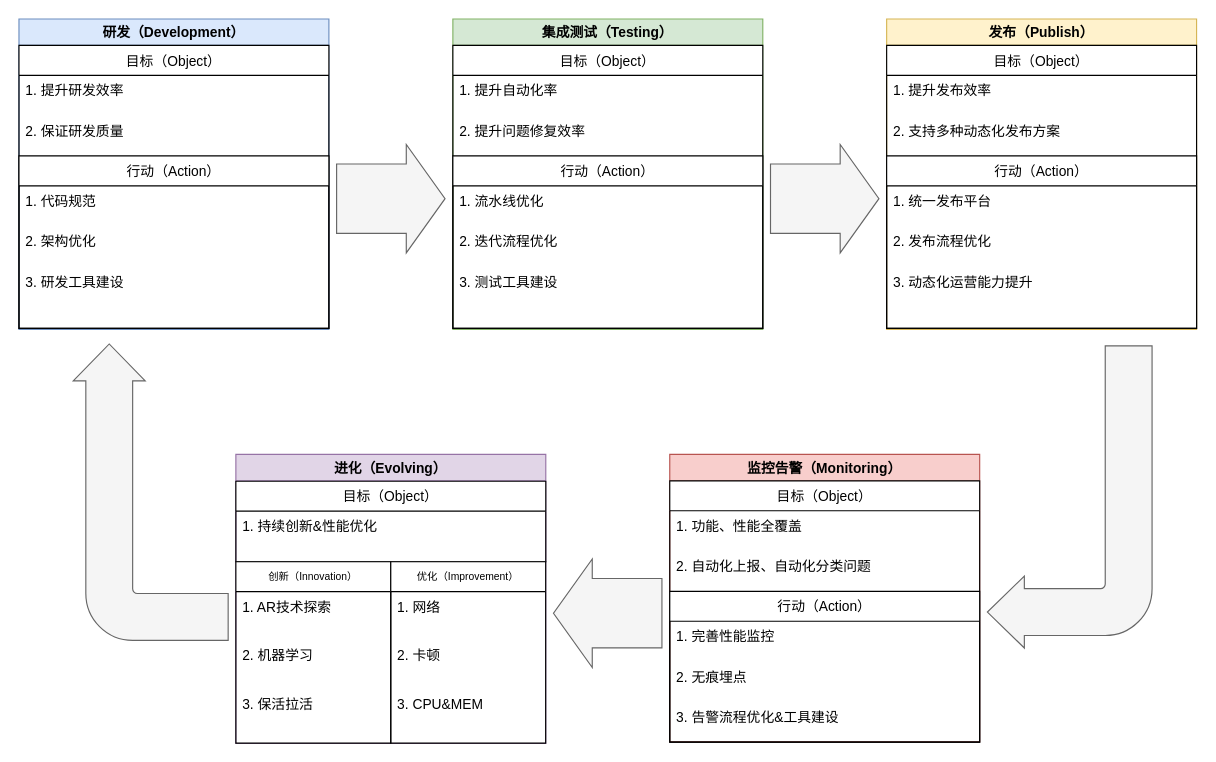
The draw.io diagram 体系建设.drawio in wangziji/graphics, before the edit. Source tidied: cells renumbered, new cells numbered last; positions are measured from the earlier drawing's top-left corner, leaving out a move shared by most shapes. Both pictures are drawn from the tidied source at 115%, with x=0, y=0 at pixel (2, 18).
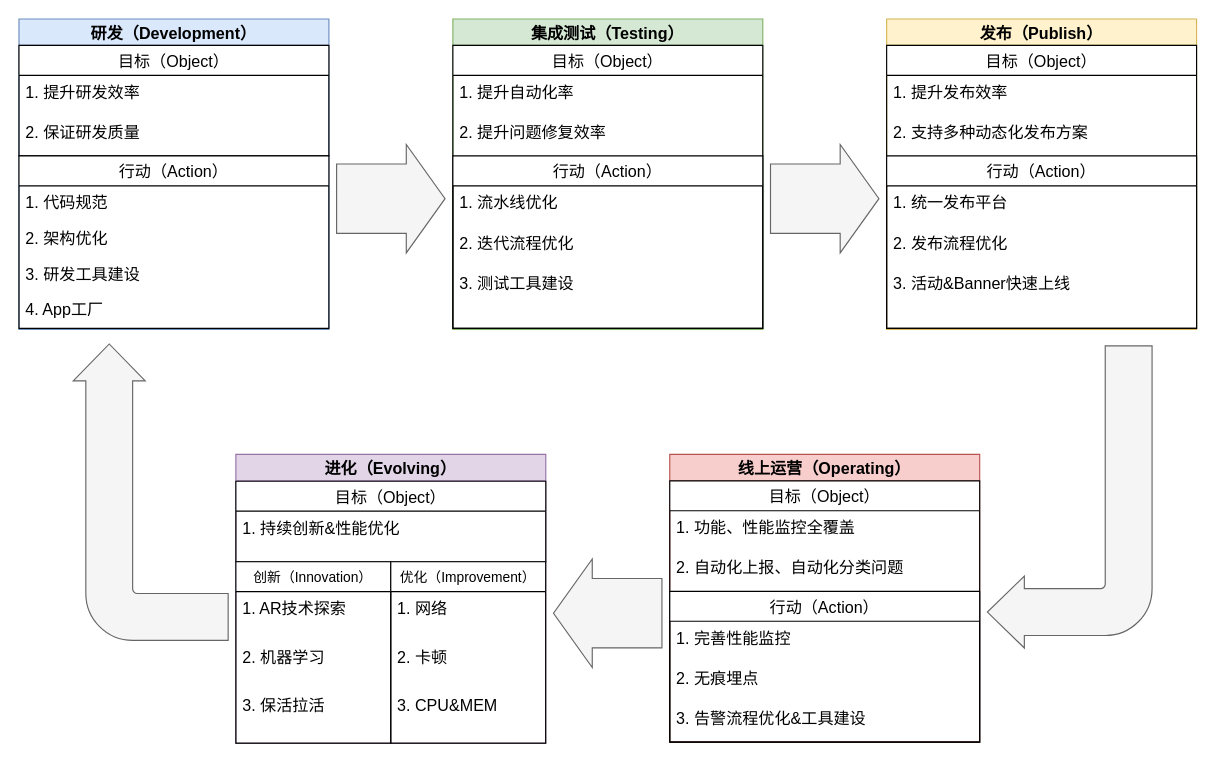
The same page after the edit.

Diff of the diagram source:
```diff
@@
-    <mxCell id="2" value="研发（Development）" style="swimlane;fontFamily=腾讯体;fillColor=#dae8fc;strokeColor=#6c8ebf;" parent="1" vertex="1">
+    <mxCell id="2" value="研发（Development）" style="swimlane;fontFamily=腾讯体;fillColor=#dae8fc;strokeColor=#6c8ebf;fontSize=14;" parent="1" vertex="1">
       <mxGeometry x="14" width="269.5" height="270" as="geometry" />
     </mxCell>
-    <mxCell id="3" value="目标（Object）" style="swimlane;fontStyle=0;horizontal=1;startSize=26;fontFamily=腾讯体;" parent="2" vertex="1">
-      <mxGeometry y="23" width="269.5" height="246.1" as="geometry" />
+    <mxCell id="3" value="目标（Object）" style="swimlane;fontStyle=0;horizontal=1;startSize=26;fontFamily=腾讯体;fontSize=14;" parent="2" vertex="1">
+      <mxGeometry y="23" width="269.5" height="96.1" as="geometry" />
     </mxCell>
-    <mxCell id="4" value="1. 提升研发效率" style="text;strokeColor=none;fillColor=none;align=left;verticalAlign=top;spacingLeft=4;spacingRight=4;overflow=hidden;fontFamily=腾讯体;" parent="3" vertex="1">
+    <mxCell id="4" value="1. 提升研发效率" style="text;strokeColor=none;fillColor=none;align=left;verticalAlign=top;spacingLeft=4;spacingRight=4;overflow=hidden;fontFamily=腾讯体;fontSize=14;" parent="3" vertex="1">
       <mxGeometry y="26" width="269.5" height="35" as="geometry" />
     </mxCell>
-    <mxCell id="5" value="2. 保证研发质量" style="text;strokeColor=none;fillColor=none;align=left;verticalAlign=top;spacingLeft=4;spacingRight=4;overflow=hidden;fontFamily=腾讯体;" parent="3" vertex="1">
+    <mxCell id="5" value="2. 保证研发质量" style="text;strokeColor=none;fillColor=none;align=left;verticalAlign=top;spacingLeft=4;spacingRight=4;overflow=hidden;fontFamily=腾讯体;fontSize=14;" parent="3" vertex="1">
       <mxGeometry y="61" width="269.5" height="35" as="geometry" />
     </mxCell>
-    <mxCell id="6" value="行动（Action）" style="swimlane;fontStyle=0;horizontal=1;startSize=26;fontFamily=腾讯体;" parent="3" vertex="1">
-      <mxGeometry y="96.1" width="269.5" height="150" as="geometry" />
+    <mxCell id="6" value="行动（Action）" style="swimlane;fontStyle=0;horizontal=1;startSize=26;fontFamily=腾讯体;fontSize=14;" parent="2" vertex="1">
+      <mxGeometry y="119.1" width="269.5" height="150" as="geometry" />
     </mxCell>
-    <mxCell id="7" value="1. 代码规范" style="text;strokeColor=none;fillColor=none;align=left;verticalAlign=top;spacingLeft=4;spacingRight=4;overflow=hidden;fontFamily=腾讯体;" parent="6" vertex="1">
-      <mxGeometry y="26" width="269.5" height="35" as="geometry" />
+    <mxCell id="7" value="1. 代码规范" style="text;strokeColor=none;fillColor=none;align=left;verticalAlign=top;spacingLeft=4;spacingRight=4;overflow=hidden;fontFamily=腾讯体;fontSize=14;" parent="6" vertex="1">
+      <mxGeometry y="26" width="269.5" height="31" as="geometry" />
     </mxCell>
-    <mxCell id="8" value="2. 架构优化" style="text;strokeColor=none;fillColor=none;align=left;verticalAlign=top;spacingLeft=4;spacingRight=4;overflow=hidden;fontFamily=腾讯体;" parent="6" vertex="1">
-      <mxGeometry y="61" width="269.5" height="35" as="geometry" />
+    <mxCell id="8" value="2. 架构优化" style="text;strokeColor=none;fillColor=none;align=left;verticalAlign=top;spacingLeft=4;spacingRight=4;overflow=hidden;fontFamily=腾讯体;fontSize=14;" parent="6" vertex="1">
+      <mxGeometry y="57" width="269.5" height="31" as="geometry" />
     </mxCell>
-    <mxCell id="9" value="3. 研发工具建设" style="text;strokeColor=none;fillColor=none;align=left;verticalAlign=top;spacingLeft=4;spacingRight=4;overflow=hidden;fontFamily=腾讯体;" parent="6" vertex="1">
-      <mxGeometry y="96.1" width="269.5" height="53.9" as="geometry" />
+    <mxCell id="9" value="3. 研发工具建设" style="text;strokeColor=none;fillColor=none;align=left;verticalAlign=top;spacingLeft=4;spacingRight=4;overflow=hidden;fontFamily=腾讯体;fontSize=14;" parent="6" vertex="1">
+      <mxGeometry y="88" width="269.5" height="31" as="geometry" />
     </mxCell>
+    <mxCell id="51" value="4. App工厂" style="text;strokeColor=none;fillColor=none;align=left;verticalAlign=top;spacingLeft=4;spacingRight=4;overflow=hidden;fontFamily=腾讯体;fontSize=14;" parent="6" vertex="1">
+      <mxGeometry y="119" width="269.5" height="31" as="geometry" />
+    </mxCell>
-    <mxCell id="10" value="集成测试（Testing）" style="swimlane;fontFamily=腾讯体;fillColor=#d5e8d4;strokeColor=#82b366;" parent="1" vertex="1">
+    <mxCell id="10" value="集成测试（Testing）" style="swimlane;fontFamily=腾讯体;fillColor=#d5e8d4;strokeColor=#82b366;fontSize=14;" parent="1" vertex="1">
       <mxGeometry x="391.3" width="269.5" height="270" as="geometry" />
     </mxCell>
-    <mxCell id="11" value="目标（Object）" style="swimlane;fontStyle=0;horizontal=1;startSize=26;fontFamily=腾讯体;" parent="10" vertex="1">
+    <mxCell id="11" value="目标（Object）" style="swimlane;fontStyle=0;horizontal=1;startSize=26;fontFamily=腾讯体;fontSize=14;" parent="10" vertex="1">
       <mxGeometry y="23" width="269.5" height="246.1" as="geometry" />
     </mxCell>
-    <mxCell id="12" value="1. 提升自动化率" style="text;strokeColor=none;fillColor=none;align=left;verticalAlign=top;spacingLeft=4;spacingRight=4;overflow=hidden;fontFamily=腾讯体;" parent="11" vertex="1">
+    <mxCell id="12" value="1. 提升自动化率" style="text;strokeColor=none;fillColor=none;align=left;verticalAlign=top;spacingLeft=4;spacingRight=4;overflow=hidden;fontFamily=腾讯体;fontSize=14;" parent="11" vertex="1">
       <mxGeometry y="26" width="269.5" height="35" as="geometry" />
     </mxCell>
-    <mxCell id="13" value="2. 提升问题修复效率" style="text;strokeColor=none;fillColor=none;align=left;verticalAlign=top;spacingLeft=4;spacingRight=4;overflow=hidden;fontFamily=腾讯体;" parent="11" vertex="1">
+    <mxCell id="13" value="2. 提升问题修复效率" style="text;strokeColor=none;fillColor=none;align=left;verticalAlign=top;spacingLeft=4;spacingRight=4;overflow=hidden;fontFamily=腾讯体;fontSize=14;" parent="11" vertex="1">
       <mxGeometry y="61" width="269.5" height="35" as="geometry" />
     </mxCell>
-    <mxCell id="14" value="行动（Action）" style="swimlane;fontStyle=0;horizontal=1;startSize=26;fontFamily=腾讯体;" parent="11" vertex="1">
+    <mxCell id="14" value="行动（Action）" style="swimlane;fontStyle=0;horizontal=1;startSize=26;fontFamily=腾讯体;fontSize=14;" parent="11" vertex="1">
       <mxGeometry y="96.1" width="269.5" height="150" as="geometry" />
     </mxCell>
-    <mxCell id="15" value="1. 流水线优化" style="text;strokeColor=none;fillColor=none;align=left;verticalAlign=top;spacingLeft=4;spacingRight=4;overflow=hidden;fontFamily=腾讯体;" parent="14" vertex="1">
+    <mxCell id="15" value="1. 流水线优化" style="text;strokeColor=none;fillColor=none;align=left;verticalAlign=top;spacingLeft=4;spacingRight=4;overflow=hidden;fontFamily=腾讯体;fontSize=14;" parent="14" vertex="1">
       <mxGeometry y="26" width="269.5" height="35" as="geometry" />
     </mxCell>
-    <mxCell id="16" value="2. 迭代流程优化" style="text;strokeColor=none;fillColor=none;align=left;verticalAlign=top;spacingLeft=4;spacingRight=4;overflow=hidden;fontFamily=腾讯体;" parent="14" vertex="1">
+    <mxCell id="16" value="2. 迭代流程优化" style="text;strokeColor=none;fillColor=none;align=left;verticalAlign=top;spacingLeft=4;spacingRight=4;overflow=hidden;fontFamily=腾讯体;fontSize=14;" parent="14" vertex="1">
       <mxGeometry y="61" width="269.5" height="35" as="geometry" />
     </mxCell>
-    <mxCell id="17" value="3. 测试工具建设" style="text;strokeColor=none;fillColor=none;align=left;verticalAlign=top;spacingLeft=4;spacingRight=4;overflow=hidden;fontFamily=腾讯体;" parent="14" vertex="1">
+    <mxCell id="17" value="3. 测试工具建设" style="text;strokeColor=none;fillColor=none;align=left;verticalAlign=top;spacingLeft=4;spacingRight=4;overflow=hidden;fontFamily=腾讯体;fontSize=14;" parent="14" vertex="1">
       <mxGeometry y="96.1" width="269.5" height="53.9" as="geometry" />
     </mxCell>
-    <mxCell id="18" value="发布（Publish）" style="swimlane;fontFamily=腾讯体;fillColor=#fff2cc;strokeColor=#d6b656;" parent="1" vertex="1">
+    <mxCell id="18" value="发布（Publish）" style="swimlane;fontFamily=腾讯体;fillColor=#fff2cc;strokeColor=#d6b656;fontSize=14;" parent="1" vertex="1">
       <mxGeometry x="768.5" width="269.5" height="270" as="geometry" />
     </mxCell>
-    <mxCell id="19" value="目标（Object）" style="swimlane;fontStyle=0;horizontal=1;startSize=26;fontFamily=腾讯体;" parent="18" vertex="1">
+    <mxCell id="19" value="目标（Object）" style="swimlane;fontStyle=0;horizontal=1;startSize=26;fontFamily=腾讯体;fontSize=14;" parent="18" vertex="1">
       <mxGeometry y="23" width="269.5" height="246.1" as="geometry" />
     </mxCell>
-    <mxCell id="20" value="1. 提升发布效率" style="text;strokeColor=none;fillColor=none;align=left;verticalAlign=top;spacingLeft=4;spacingRight=4;overflow=hidden;fontFamily=腾讯体;" parent="19" vertex="1">
+    <mxCell id="20" value="1. 提升发布效率" style="text;strokeColor=none;fillColor=none;align=left;verticalAlign=top;spacingLeft=4;spacingRight=4;overflow=hidden;fontFamily=腾讯体;fontSize=14;" parent="19" vertex="1">
       <mxGeometry y="26" width="269.5" height="35" as="geometry" />
     </mxCell>
-    <mxCell id="21" value="2. 支持多种动态化发布方案" style="text;strokeColor=none;fillColor=none;align=left;verticalAlign=top;spacingLeft=4;spacingRight=4;overflow=hidden;fontFamily=腾讯体;" parent="19" vertex="1">
+    <mxCell id="21" value="2. 支持多种动态化发布方案" style="text;strokeColor=none;fillColor=none;align=left;verticalAlign=top;spacingLeft=4;spacingRight=4;overflow=hidden;fontFamily=腾讯体;fontSize=14;" parent="19" vertex="1">
       <mxGeometry y="61" width="269.5" height="35" as="geometry" />
     </mxCell>
-    <mxCell id="22" value="行动（Action）" style="swimlane;fontStyle=0;horizontal=1;startSize=26;fontFamily=腾讯体;" parent="19" vertex="1">
+    <mxCell id="22" value="行动（Action）" style="swimlane;fontStyle=0;horizontal=1;startSize=26;fontFamily=腾讯体;fontSize=14;" parent="19" vertex="1">
       <mxGeometry y="96.1" width="269.5" height="150" as="geometry" />
     </mxCell>
-    <mxCell id="23" value="1. 统一发布平台" style="text;strokeColor=none;fillColor=none;align=left;verticalAlign=top;spacingLeft=4;spacingRight=4;overflow=hidden;fontFamily=腾讯体;" parent="22" vertex="1">
+    <mxCell id="23" value="1. 统一发布平台" style="text;strokeColor=none;fillColor=none;align=left;verticalAlign=top;spacingLeft=4;spacingRight=4;overflow=hidden;fontFamily=腾讯体;fontSize=14;" parent="22" vertex="1">
       <mxGeometry y="26" width="269.5" height="35" as="geometry" />
     </mxCell>
-    <mxCell id="24" value="2. 发布流程优化" style="text;strokeColor=none;fillColor=none;align=left;verticalAlign=top;spacingLeft=4;spacingRight=4;overflow=hidden;fontFamily=腾讯体;" parent="22" vertex="1">
+    <mxCell id="24" value="2. 发布流程优化" style="text;strokeColor=none;fillColor=none;align=left;verticalAlign=top;spacingLeft=4;spacingRight=4;overflow=hidden;fontFamily=腾讯体;fontSize=14;" parent="22" vertex="1">
       <mxGeometry y="61" width="269.5" height="35" as="geometry" />
     </mxCell>
-    <mxCell id="25" value="3. 动态化运营能力提升" style="text;strokeColor=none;fillColor=none;align=left;verticalAlign=top;spacingLeft=4;spacingRight=4;overflow=hidden;fontFamily=腾讯体;" parent="22" vertex="1">
+    <mxCell id="25" value="3. 活动&amp;Banner快速上线" style="text;strokeColor=none;fillColor=none;align=left;verticalAlign=top;spacingLeft=4;spacingRight=4;overflow=hidden;fontFamily=腾讯体;fontSize=14;" parent="22" vertex="1">
       <mxGeometry y="96.1" width="269.5" height="53.9" as="geometry" />
     </mxCell>
-    <mxCell id="26" value="监控告警（Monitoring）" style="swimlane;fontFamily=腾讯体;fillColor=#f8cecc;strokeColor=#b85450;" parent="1" vertex="1">
+    <mxCell id="26" value="线上运营（Operating）" style="swimlane;fontFamily=腾讯体;fillColor=#f8cecc;strokeColor=#b85450;fontSize=14;" parent="1" vertex="1">
       <mxGeometry x="579.9" y="378.6" width="269.5" height="250" as="geometry" />
     </mxCell>
-    <mxCell id="27" value="目标（Object）" style="swimlane;fontStyle=0;horizontal=1;startSize=26;fontFamily=腾讯体;" parent="26" vertex="1">
+    <mxCell id="27" value="目标（Object）" style="swimlane;fontStyle=0;horizontal=1;startSize=26;fontFamily=腾讯体;fontSize=14;" parent="26" vertex="1">
       <mxGeometry y="23" width="269.5" height="227.2" as="geometry" />
     </mxCell>
-    <mxCell id="28" value="1. 功能、性能全覆盖" style="text;strokeColor=none;fillColor=none;align=left;verticalAlign=top;spacingLeft=4;spacingRight=4;overflow=hidden;fontFamily=腾讯体;" parent="27" vertex="1">
+    <mxCell id="28" value="1. 功能、性能监控全覆盖" style="text;strokeColor=none;fillColor=none;align=left;verticalAlign=top;spacingLeft=4;spacingRight=4;overflow=hidden;fontFamily=腾讯体;fontSize=14;" parent="27" vertex="1">
       <mxGeometry y="26" width="269.5" height="35" as="geometry" />
     </mxCell>
-    <mxCell id="29" value="2. 自动化上报、自动化分类问题" style="text;strokeColor=none;fillColor=none;align=left;verticalAlign=top;spacingLeft=4;spacingRight=4;overflow=hidden;fontFamily=腾讯体;" parent="27" vertex="1">
+    <mxCell id="29" value="2. 自动化上报、自动化分类问题" style="text;strokeColor=none;fillColor=none;align=left;verticalAlign=top;spacingLeft=4;spacingRight=4;overflow=hidden;fontFamily=腾讯体;fontSize=14;" parent="27" vertex="1">
       <mxGeometry y="61" width="269.5" height="35" as="geometry" />
     </mxCell>
-    <mxCell id="30" value="行动（Action）" style="swimlane;fontStyle=0;horizontal=1;startSize=26;fontFamily=腾讯体;" parent="27" vertex="1">
+    <mxCell id="30" value="行动（Action）" style="swimlane;fontStyle=0;horizontal=1;startSize=26;fontFamily=腾讯体;fontSize=14;" parent="27" vertex="1">
       <mxGeometry y="96.1" width="269.5" height="131.1" as="geometry" />
     </mxCell>
-    <mxCell id="31" value="1. 完善性能监控" style="text;strokeColor=none;fillColor=none;align=left;verticalAlign=top;spacingLeft=4;spacingRight=4;overflow=hidden;fontFamily=腾讯体;" parent="30" vertex="1">
+    <mxCell id="31" value="1. 完善性能监控" style="text;strokeColor=none;fillColor=none;align=left;verticalAlign=top;spacingLeft=4;spacingRight=4;overflow=hidden;fontFamily=腾讯体;fontSize=14;" parent="30" vertex="1">
       <mxGeometry y="26" width="269.5" height="35" as="geometry" />
     </mxCell>
-    <mxCell id="32" value="2. 无痕埋点" style="text;strokeColor=none;fillColor=none;align=left;verticalAlign=top;spacingLeft=4;spacingRight=4;overflow=hidden;fontFamily=腾讯体;" parent="30" vertex="1">
+    <mxCell id="32" value="2. 无痕埋点" style="text;strokeColor=none;fillColor=none;align=left;verticalAlign=top;spacingLeft=4;spacingRight=4;overflow=hidden;fontFamily=腾讯体;fontSize=14;" parent="30" vertex="1">
       <mxGeometry y="61" width="269.5" height="35" as="geometry" />
     </mxCell>
-    <mxCell id="33" value="3. 告警流程优化&amp;工具建设" style="text;strokeColor=none;fillColor=none;align=left;verticalAlign=top;spacingLeft=4;spacingRight=4;overflow=hidden;fontFamily=腾讯体;" parent="30" vertex="1">
+    <mxCell id="33" value="3. 告警流程优化&amp;工具建设" style="text;strokeColor=none;fillColor=none;align=left;verticalAlign=top;spacingLeft=4;spacingRight=4;overflow=hidden;fontFamily=腾讯体;fontSize=14;" parent="30" vertex="1">
       <mxGeometry y="96.1" width="269.5" height="35" as="geometry" />
     </mxCell>
-    <mxCell id="34" value="进化（Evolving）" style="swimlane;fontFamily=腾讯体;fillColor=#e1d5e7;strokeColor=#9673a6;" parent="1" vertex="1">
+    <mxCell id="34" value="进化（Evolving）" style="swimlane;fontFamily=腾讯体;fillColor=#e1d5e7;strokeColor=#9673a6;fontSize=14;" parent="1" vertex="1">
       <mxGeometry x="202.6" y="378.6" width="269.5" height="251.4" as="geometry" />
     </mxCell>
-    <mxCell id="35" value="目标（Object）" style="swimlane;fontStyle=0;horizontal=1;startSize=26;fontFamily=腾讯体;" parent="34" vertex="1">
+    <mxCell id="35" value="目标（Object）" style="swimlane;fontStyle=0;horizontal=1;startSize=26;fontFamily=腾讯体;fontSize=14;" parent="34" vertex="1">
       <mxGeometry y="23.4" width="269.5" height="70" as="geometry" />
     </mxCell>
-    <mxCell id="36" value="1. 持续创新&amp;性能优化" style="text;strokeColor=none;fillColor=none;align=left;verticalAlign=top;spacingLeft=4;spacingRight=4;overflow=hidden;fontFamily=腾讯体;" parent="35" vertex="1">
+    <mxCell id="36" value="1. 持续创新&amp;性能优化" style="text;strokeColor=none;fillColor=none;align=left;verticalAlign=top;spacingLeft=4;spacingRight=4;overflow=hidden;fontFamily=腾讯体;fontSize=14;" parent="35" vertex="1">
       <mxGeometry y="26" width="269.5" height="44" as="geometry" />
     </mxCell>
-    <mxCell id="37" style="group;" parent="34" vertex="1">
+    <mxCell id="37" style="group;fontSize=14;" parent="34" vertex="1">
       <mxGeometry y="93.4" width="269.5" height="175.2" as="geometry" />
     </mxCell>
-    <mxCell id="38" value="创新（Innovation）" style="swimlane;fontStyle=0;horizontal=1;startSize=26;fontFamily=腾讯体;fontSize=9;" parent="37" vertex="1">
+    <mxCell id="38" value="创新（Innovation）" style="swimlane;fontStyle=0;horizontal=1;startSize=26;fontFamily=腾讯体;fontSize=12;" parent="37" vertex="1">
       <mxGeometry width="134.7" height="157.7" as="geometry" />
     </mxCell>
-    <mxCell id="39" value="1. AR技术探索" style="text;strokeColor=none;fillColor=none;align=left;verticalAlign=top;spacingLeft=4;spacingRight=4;overflow=hidden;fontFamily=腾讯体;" parent="38" vertex="1">
+    <mxCell id="39" value="1. AR技术探索" style="text;strokeColor=none;fillColor=none;align=left;verticalAlign=top;spacingLeft=4;spacingRight=4;overflow=hidden;fontFamily=腾讯体;fontSize=14;" parent="38" vertex="1">
       <mxGeometry y="26" width="134.7" height="42.1" as="geometry" />
     </mxCell>
-    <mxCell id="40" value="2. 机器学习" style="text;strokeColor=none;fillColor=none;align=left;verticalAlign=top;spacingLeft=4;spacingRight=4;overflow=hidden;fontFamily=腾讯体;" parent="38" vertex="1">
+    <mxCell id="40" value="2. 机器学习" style="text;strokeColor=none;fillColor=none;align=left;verticalAlign=top;spacingLeft=4;spacingRight=4;overflow=hidden;fontFamily=腾讯体;fontSize=14;" parent="38" vertex="1">
       <mxGeometry y="68.1" width="134.7" height="42.1" as="geometry" />
     </mxCell>
-    <mxCell id="41" value="3. 保活拉活" style="text;strokeColor=none;fillColor=none;align=left;verticalAlign=top;spacingLeft=4;spacingRight=4;overflow=hidden;fontFamily=腾讯体;" parent="38" vertex="1">
+    <mxCell id="41" value="3. 保活拉活" style="text;strokeColor=none;fillColor=none;align=left;verticalAlign=top;spacingLeft=4;spacingRight=4;overflow=hidden;fontFamily=腾讯体;fontSize=14;" parent="38" vertex="1">
       <mxGeometry y="110.2" width="134.7" height="47.5" as="geometry" />
     </mxCell>
-    <mxCell id="42" value="优化（Improvement）" style="swimlane;fontStyle=0;horizontal=1;startSize=26;fontFamily=腾讯体;fontSize=9;" parent="37" vertex="1">
+    <mxCell id="42" value="优化（Improvement）" style="swimlane;fontStyle=0;horizontal=1;startSize=26;fontFamily=腾讯体;fontSize=12;" parent="37" vertex="1">
       <mxGeometry x="134.7" width="134.7" height="157.7" as="geometry" />
     </mxCell>
-    <mxCell id="43" value="1. 网络" style="text;strokeColor=none;fillColor=none;align=left;verticalAlign=top;spacingLeft=4;spacingRight=4;overflow=hidden;fontFamily=腾讯体;" parent="42" vertex="1">
+    <mxCell id="43" value="1. 网络" style="text;strokeColor=none;fillColor=none;align=left;verticalAlign=top;spacingLeft=4;spacingRight=4;overflow=hidden;fontFamily=腾讯体;fontSize=14;" parent="42" vertex="1">
       <mxGeometry y="26" width="134.7" height="42.1" as="geometry" />
     </mxCell>
-    <mxCell id="44" value="2. 卡顿" style="text;strokeColor=none;fillColor=none;align=left;verticalAlign=top;spacingLeft=4;spacingRight=4;overflow=hidden;fontFamily=腾讯体;" parent="42" vertex="1">
+    <mxCell id="44" value="2. 卡顿" style="text;strokeColor=none;fillColor=none;align=left;verticalAlign=top;spacingLeft=4;spacingRight=4;overflow=hidden;fontFamily=腾讯体;fontSize=14;" parent="42" vertex="1">
       <mxGeometry y="68.1" width="134.7" height="42.1" as="geometry" />
     </mxCell>
-    <mxCell id="45" value="3. CPU&amp;MEM" style="text;strokeColor=none;fillColor=none;align=left;verticalAlign=top;spacingLeft=4;spacingRight=4;overflow=hidden;fontFamily=腾讯体;" parent="42" vertex="1">
+    <mxCell id="45" value="3. CPU&amp;MEM" style="text;strokeColor=none;fillColor=none;align=left;verticalAlign=top;spacingLeft=4;spacingRight=4;overflow=hidden;fontFamily=腾讯体;fontSize=14;" parent="42" vertex="1">
       <mxGeometry y="110.2" width="134.7" height="47.5" as="geometry" />
     </mxCell>
-    <mxCell id="46" style="html=1;shadow=0;dashed=0;align=center;verticalAlign=middle;shape=mxgraph.arrows2.arrow;dy=0.36;dx=33.71;notch=0;fontFamily=TTTF;fontSize=9;fillColor=#f5f5f5;strokeColor=#666666;fontColor=#333333;" parent="1" vertex="1">
+    <mxCell id="46" style="html=1;shadow=0;dashed=0;align=center;verticalAlign=middle;shape=mxgraph.arrows2.arrow;dy=0.36;dx=33.71;notch=0;fontFamily=TTTF;fontSize=14;fillColor=#f5f5f5;strokeColor=#666666;fontColor=#333333;" parent="1" vertex="1">
       <mxGeometry x="290.2" y="109.1" width="94.3" height="94.3" as="geometry" />
     </mxCell>
-    <mxCell id="47" style="html=1;shadow=0;dashed=0;align=center;verticalAlign=middle;shape=mxgraph.arrows2.arrow;dy=0.36;dx=33.71;notch=0;fontFamily=TTTF;fontSize=9;fillColor=#f5f5f5;strokeColor=#666666;fontColor=#333333;" parent="1" vertex="1">
+    <mxCell id="47" style="html=1;shadow=0;dashed=0;align=center;verticalAlign=middle;shape=mxgraph.arrows2.arrow;dy=0.36;dx=33.71;notch=0;fontFamily=TTTF;fontSize=14;fillColor=#f5f5f5;strokeColor=#666666;fontColor=#333333;" parent="1" vertex="1">
       <mxGeometry x="667.5" y="109.1" width="94.3" height="94.3" as="geometry" />
     </mxCell>
-    <mxCell id="48" style="html=1;shadow=0;dashed=0;align=center;verticalAlign=middle;shape=mxgraph.arrows2.arrow;dy=0.36;dx=33.71;notch=0;fontFamily=TTTF;fontSize=9;fillColor=#f5f5f5;strokeColor=#666666;fontColor=#333333;rotation=-180;" parent="1" vertex="1">
+    <mxCell id="48" style="html=1;shadow=0;dashed=0;align=center;verticalAlign=middle;shape=mxgraph.arrows2.arrow;dy=0.36;dx=33.71;notch=0;fontFamily=TTTF;fontSize=14;fillColor=#f5f5f5;strokeColor=#666666;fontColor=#333333;rotation=-180;" parent="1" vertex="1">
       <mxGeometry x="478.8" y="469.6" width="94.3" height="94.3" as="geometry" />
     </mxCell>
-    <mxCell id="49" style="html=1;shadow=0;dashed=0;align=center;verticalAlign=middle;shape=mxgraph.arrows2.bendArrow;dy=20.36;dx=32.14;notch=0;arrowHead=62.57;rounded=1;fontFamily=TTTF;fontSize=9;rotation=-90;fillColor=#f5f5f5;strokeColor=#666666;fontColor=#333333;" parent="1" vertex="1">
+    <mxCell id="49" style="html=1;shadow=0;dashed=0;align=center;verticalAlign=middle;shape=mxgraph.arrows2.bendArrow;dy=20.36;dx=32.14;notch=0;arrowHead=62.57;rounded=1;fontFamily=TTTF;fontSize=14;rotation=-90;fillColor=#f5f5f5;strokeColor=#666666;fontColor=#333333;" parent="1" vertex="1">
       <mxGeometry x="-0.3" y="344.1" width="257.7" height="134.7" as="geometry" />
     </mxCell>
-    <mxCell id="50" style="html=1;shadow=0;dashed=0;align=center;verticalAlign=middle;shape=mxgraph.arrows2.bendArrow;dy=20.36;dx=32.14;notch=0;arrowHead=62.57;rounded=1;fontFamily=TTTF;fontSize=9;rotation=-180;fillColor=#f5f5f5;strokeColor=#666666;fontColor=#333333;" parent="1" vertex="1">
+    <mxCell id="50" style="html=1;shadow=0;dashed=0;align=center;verticalAlign=middle;shape=mxgraph.arrows2.bendArrow;dy=20.36;dx=32.14;notch=0;arrowHead=62.57;rounded=1;fontFamily=TTTF;fontSize=14;rotation=-180;fillColor=#f5f5f5;strokeColor=#666666;fontColor=#333333;" parent="1" vertex="1">
       <mxGeometry x="856.1" y="284.3" width="143.2" height="262.7" as="geometry" />
     </mxCell>
```
